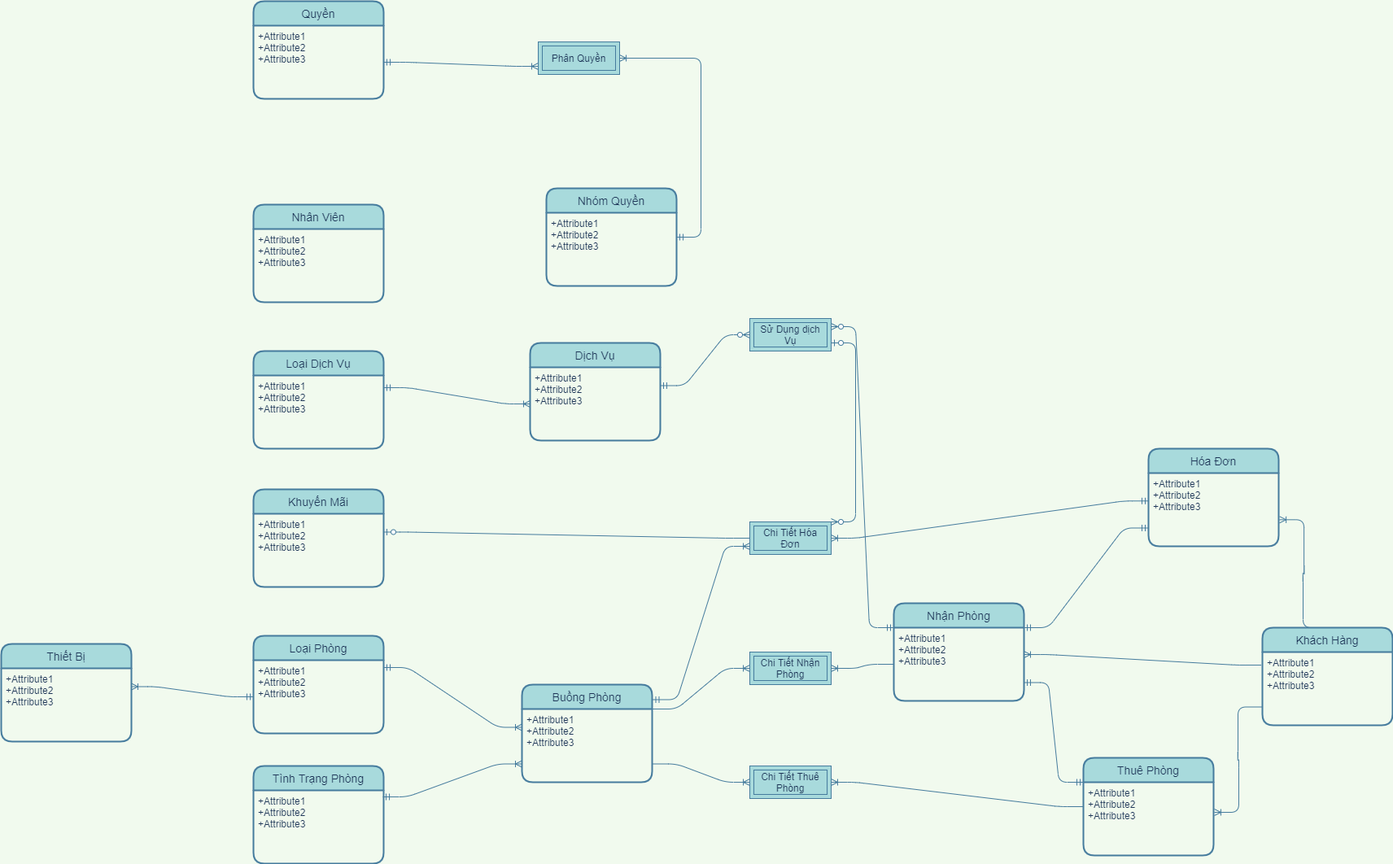
Before: EntityRelationship-QLKS.png, a diagram exported from draw.io (maialino123/QLKS). Source tidied: cells renumbered, new cells last; positions are measured from the earlier drawing's top-left corner, leaving out a move shared by most shapes.
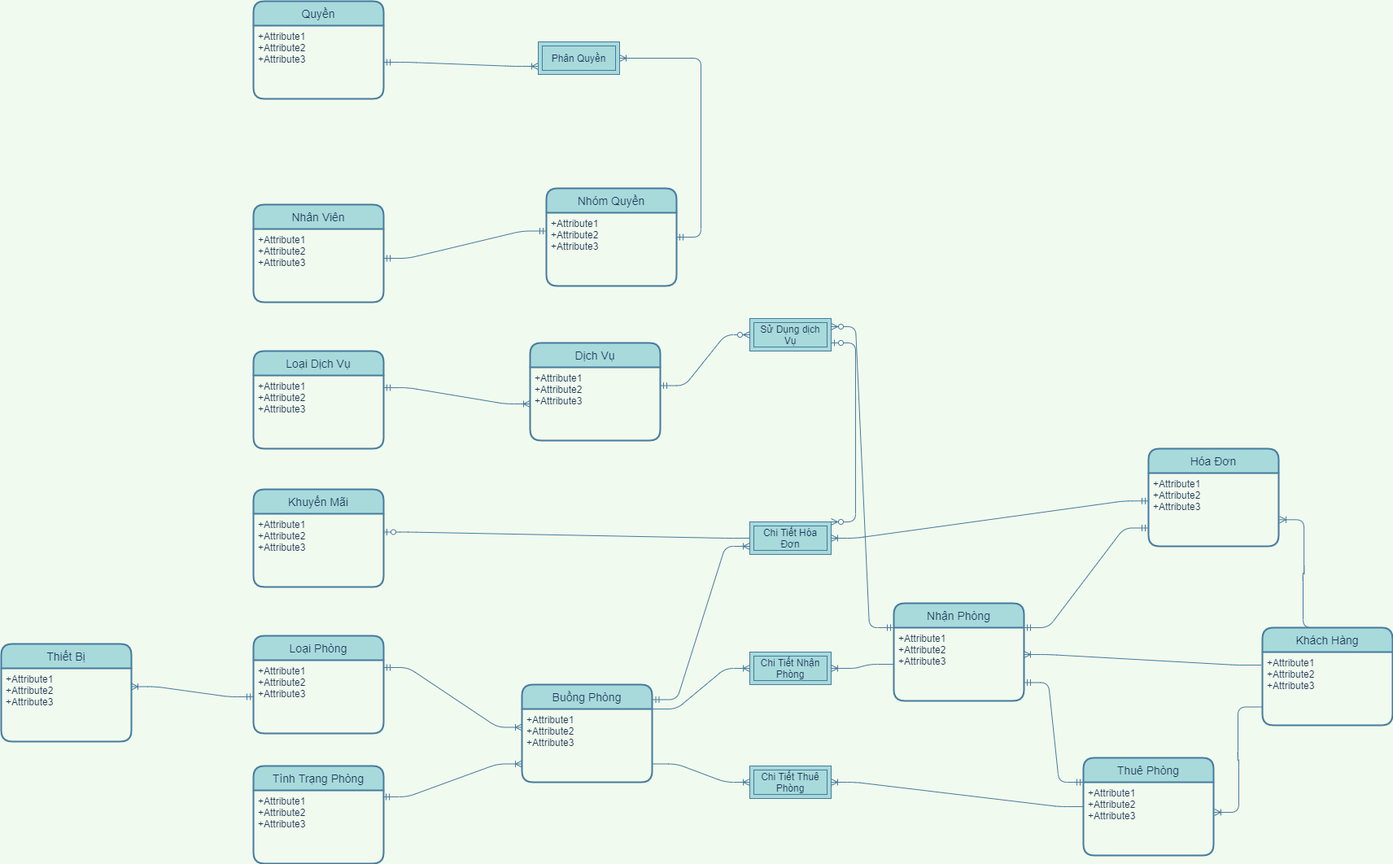
Above is the later version.

Change to the diagram source:
```diff
@@ -164,5 +164,8 @@
     <mxCell id="55" style="edgeStyle=entityRelationEdgeStyle;fontSize=12;html=1;endArrow=ERoneToMany;startArrow=ERmandOne;labelBackgroundColor=#F1FAEE;strokeColor=#457B9D;fontColor=#1D3557;entryX=1;entryY=0.5;entryDx=0;entryDy=0;" parent="1" edge="1" source="12" target="54">
       <mxGeometry relative="1" as="geometry" />
     </mxCell>
+    <mxCell id="56" style="edgeStyle=entityRelationEdgeStyle;fontSize=12;html=1;endArrow=ERmandOne;startArrow=ERmandOne;strokeColor=#457B9D;fillColor=#A8DADC;entryX=0;entryY=0.25;entryDx=0;entryDy=0;exitX=1;exitY=0.4;exitDx=0;exitDy=0;exitPerimeter=0;" parent="1" edge="1" source="7" target="13">
+      <mxGeometry relative="1" as="geometry" />
+    </mxCell>
   </root>
 </mxGraphModel>
```
